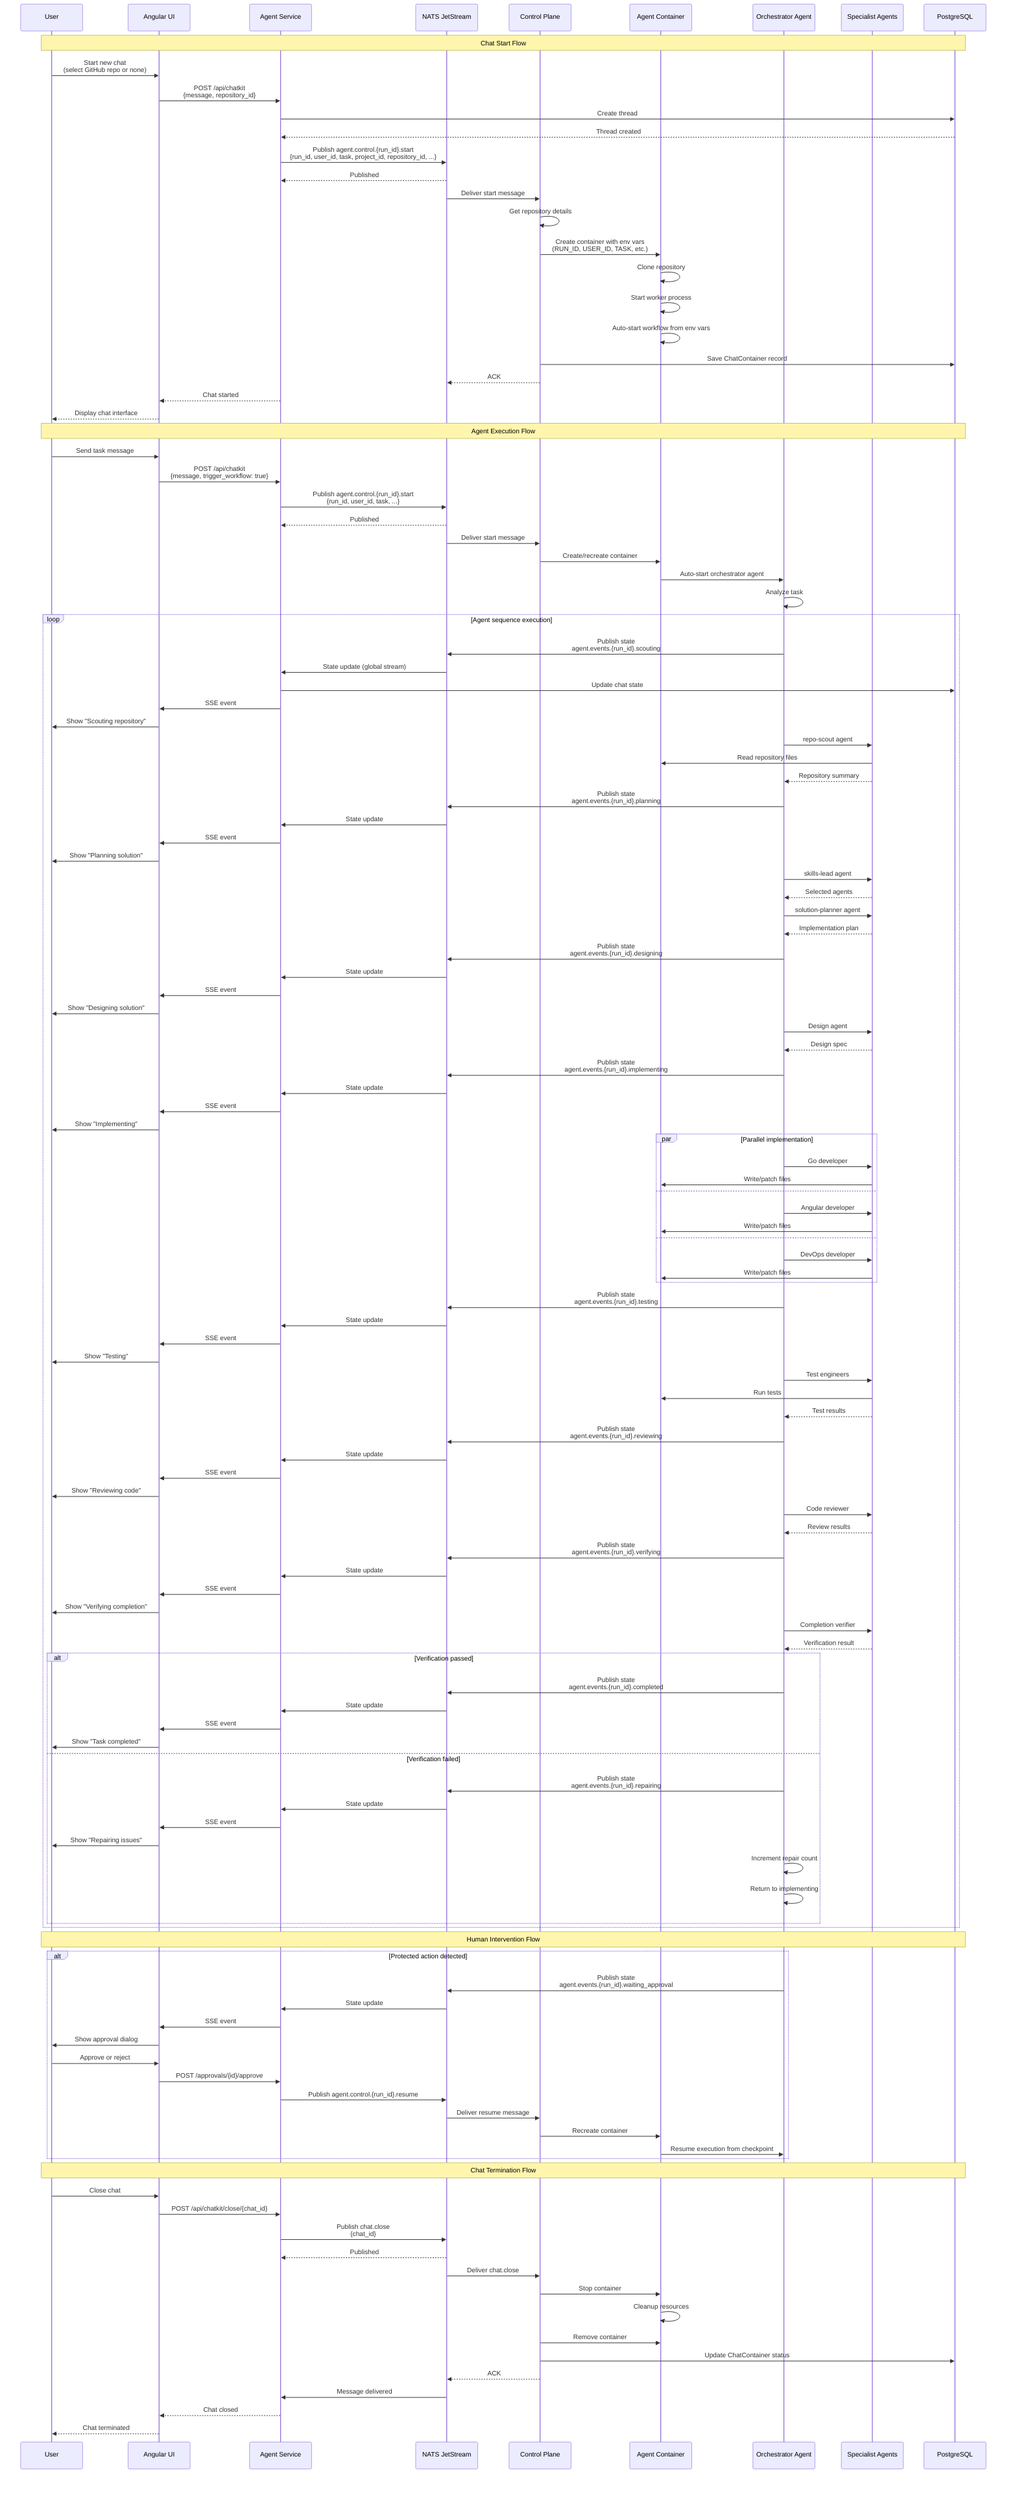
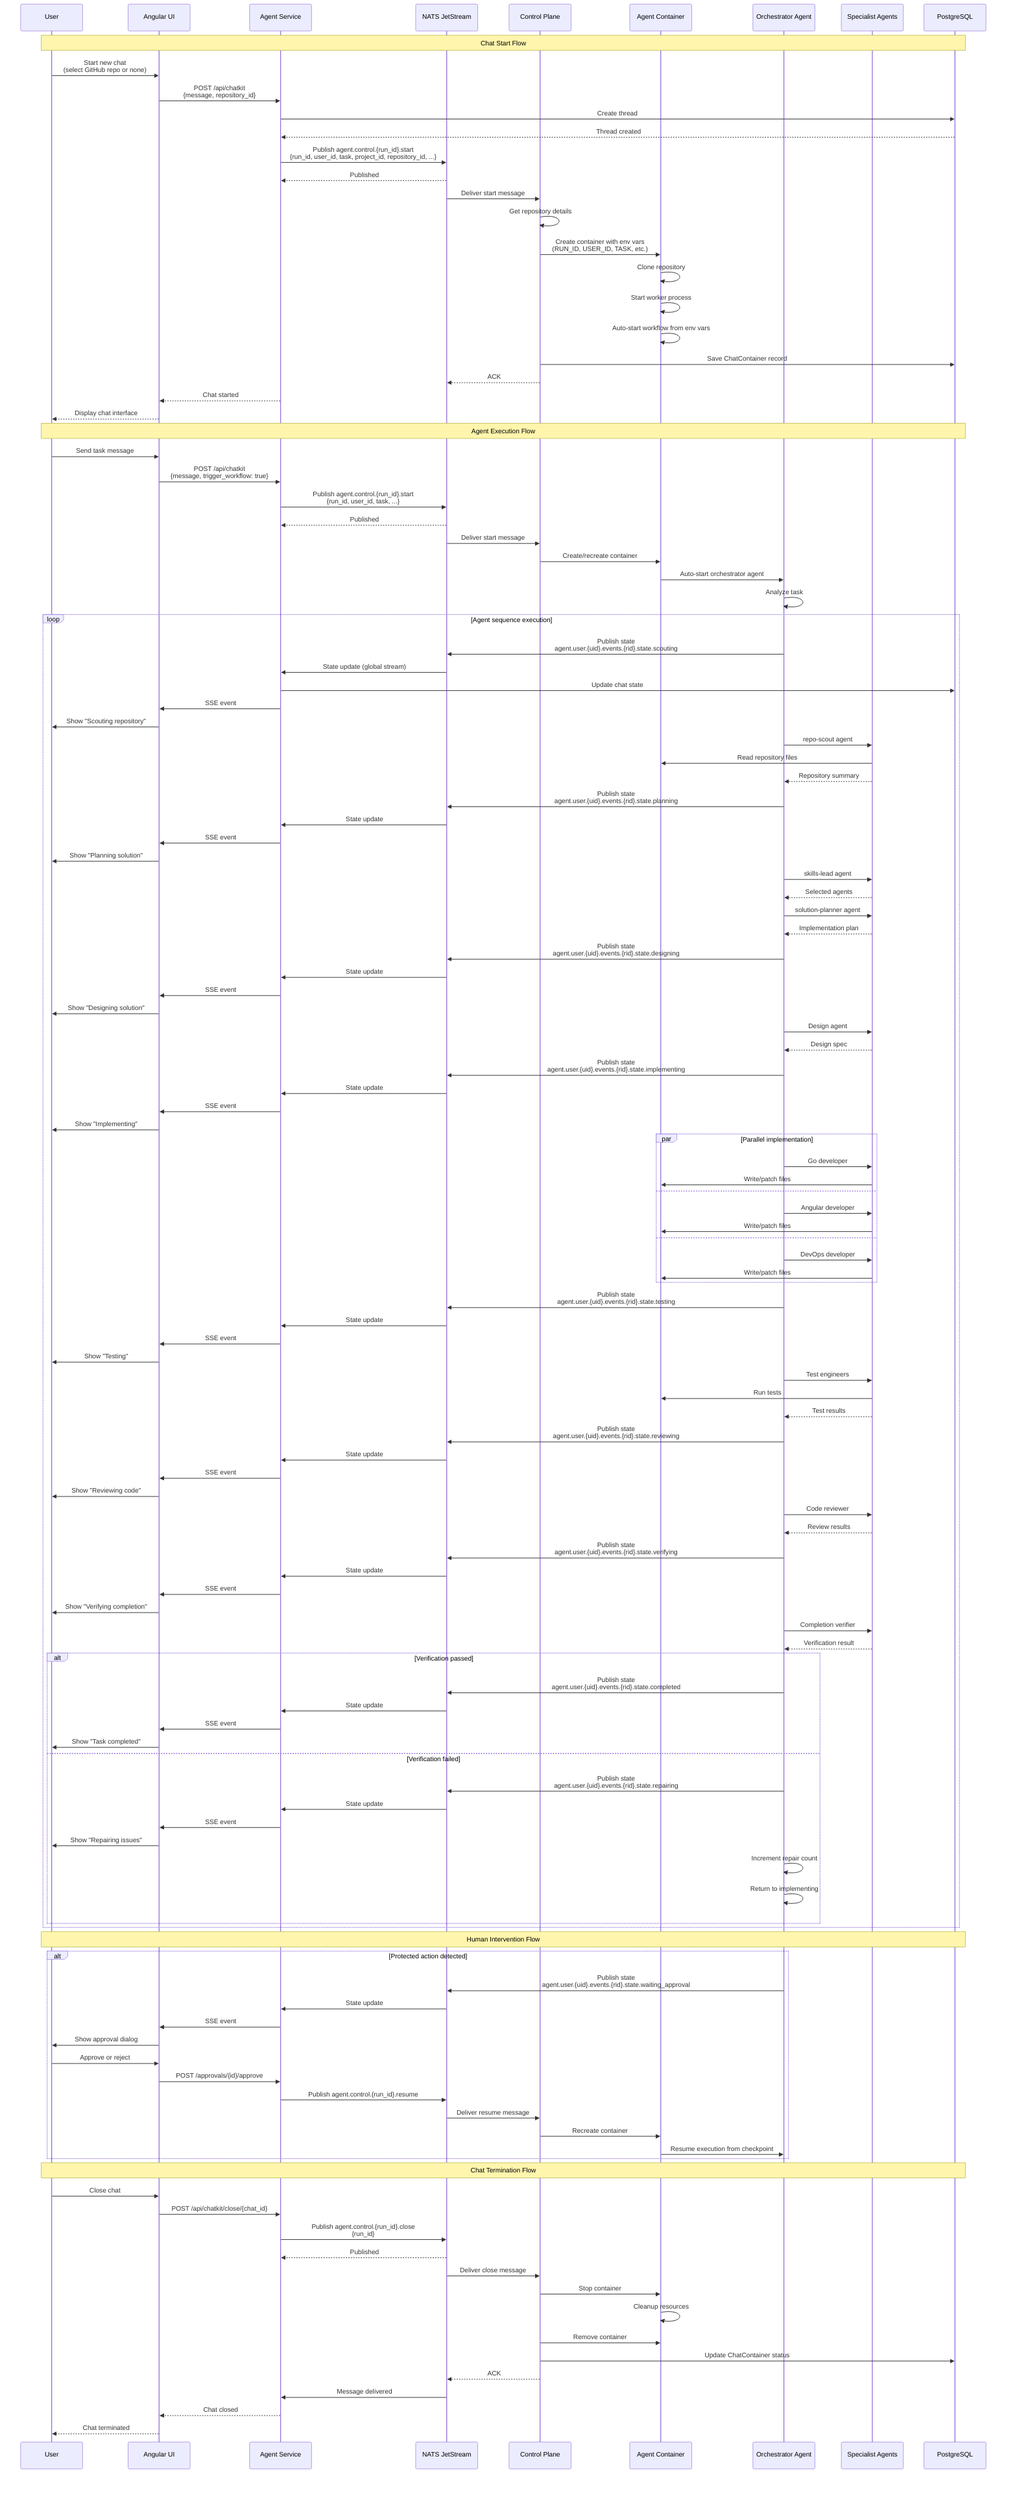
sequenceDiagram
    participant User
    participant WebUI as Angular UI
    participant AgentService as Agent Service
    participant NATS as NATS JetStream
    participant ControlPlane as Control Plane
    participant Container as Agent Container
    participant Orchestrator as Orchestrator Agent
    participant Agents as Specialist Agents
    participant PostgreSQL as PostgreSQL

    Note over User,PostgreSQL: Chat Start Flow
    User->>WebUI: Start new chat<br/>(select GitHub repo or none)
    WebUI->>AgentService: POST /api/chatkit<br/>{message, repository_id}
    AgentService->>PostgreSQL: Create thread
    PostgreSQL-->>AgentService: Thread created

    AgentService->>NATS: Publish agent.control.{run_id}.start<br/>{run_id, user_id, task, project_id, repository_id, ...}
    NATS-->>AgentService: Published

    NATS->>ControlPlane: Deliver start message
    ControlPlane->>ControlPlane: Get repository details
    ControlPlane->>Container: Create container with env vars<br/>(RUN_ID, USER_ID, TASK, etc.)
    Container->>Container: Clone repository
    Container->>Container: Start worker process
    Container->>Container: Auto-start workflow from env vars
    ControlPlane->>PostgreSQL: Save ChatContainer record
    ControlPlane-->>NATS: ACK

    AgentService-->>WebUI: Chat started
    WebUI-->>User: Display chat interface

    Note over User,PostgreSQL: Agent Execution Flow
    User->>WebUI: Send task message
    WebUI->>AgentService: POST /api/chatkit<br/>{message, trigger_workflow: true}
    AgentService->>NATS: Publish agent.control.{run_id}.start<br/>{run_id, user_id, task, ...}
    NATS-->>AgentService: Published

    NATS->>ControlPlane: Deliver start message
    ControlPlane->>Container: Create/recreate container
    Container->>Orchestrator: Auto-start orchestrator agent
    Orchestrator->>Orchestrator: Analyze task

    loop Agent sequence execution
-         Orchestrator->>NATS: Publish state<br/>agent.events.{run_id}.scouting
+         Orchestrator->>NATS: Publish state<br/>agent.user.{uid}.events.{rid}.state.scouting
        NATS->>AgentService: State update (global stream)
        AgentService->>PostgreSQL: Update chat state
        AgentService->>WebUI: SSE event
        WebUI->>User: Show "Scouting repository"

        Orchestrator->>Agents: repo-scout agent
        Agents->>Container: Read repository files
        Agents-->>Orchestrator: Repository summary

-         Orchestrator->>NATS: Publish state<br/>agent.events.{run_id}.planning
+         Orchestrator->>NATS: Publish state<br/>agent.user.{uid}.events.{rid}.state.planning
        NATS->>AgentService: State update
        AgentService->>WebUI: SSE event
        WebUI->>User: Show "Planning solution"

        Orchestrator->>Agents: skills-lead agent
        Agents-->>Orchestrator: Selected agents

        Orchestrator->>Agents: solution-planner agent
        Agents-->>Orchestrator: Implementation plan

-         Orchestrator->>NATS: Publish state<br/>agent.events.{run_id}.designing
+         Orchestrator->>NATS: Publish state<br/>agent.user.{uid}.events.{rid}.state.designing
        NATS->>AgentService: State update
        AgentService->>WebUI: SSE event
        WebUI->>User: Show "Designing solution"

        Orchestrator->>Agents: Design agent
        Agents-->>Orchestrator: Design spec

-         Orchestrator->>NATS: Publish state<br/>agent.events.{run_id}.implementing
+         Orchestrator->>NATS: Publish state<br/>agent.user.{uid}.events.{rid}.state.implementing
        NATS->>AgentService: State update
        AgentService->>WebUI: SSE event
        WebUI->>User: Show "Implementing"

        par Parallel implementation
            Orchestrator->>Agents: Go developer
            Agents->>Container: Write/patch files
        and
            Orchestrator->>Agents: Angular developer
            Agents->>Container: Write/patch files
        and
            Orchestrator->>Agents: DevOps developer
            Agents->>Container: Write/patch files
        end

-         Orchestrator->>NATS: Publish state<br/>agent.events.{run_id}.testing
+         Orchestrator->>NATS: Publish state<br/>agent.user.{uid}.events.{rid}.state.testing
        NATS->>AgentService: State update
        AgentService->>WebUI: SSE event
        WebUI->>User: Show "Testing"

        Orchestrator->>Agents: Test engineers
        Agents->>Container: Run tests
        Agents-->>Orchestrator: Test results

-         Orchestrator->>NATS: Publish state<br/>agent.events.{run_id}.reviewing
+         Orchestrator->>NATS: Publish state<br/>agent.user.{uid}.events.{rid}.state.reviewing
        NATS->>AgentService: State update
        AgentService->>WebUI: SSE event
        WebUI->>User: Show "Reviewing code"

        Orchestrator->>Agents: Code reviewer
        Agents-->>Orchestrator: Review results

-         Orchestrator->>NATS: Publish state<br/>agent.events.{run_id}.verifying
+         Orchestrator->>NATS: Publish state<br/>agent.user.{uid}.events.{rid}.state.verifying
        NATS->>AgentService: State update
        AgentService->>WebUI: SSE event
        WebUI->>User: Show "Verifying completion"

        Orchestrator->>Agents: Completion verifier
        Agents-->>Orchestrator: Verification result

        alt Verification passed
-             Orchestrator->>NATS: Publish state<br/>agent.events.{run_id}.completed
+             Orchestrator->>NATS: Publish state<br/>agent.user.{uid}.events.{rid}.state.completed
            NATS->>AgentService: State update
            AgentService->>WebUI: SSE event
            WebUI->>User: Show "Task completed"
        else Verification failed
-             Orchestrator->>NATS: Publish state<br/>agent.events.{run_id}.repairing
+             Orchestrator->>NATS: Publish state<br/>agent.user.{uid}.events.{rid}.state.repairing
            NATS->>AgentService: State update
            AgentService->>WebUI: SSE event
            WebUI->>User: Show "Repairing issues"
            Orchestrator->>Orchestrator: Increment repair count
            Orchestrator->>Orchestrator: Return to implementing
        end
    end

    Note over User,PostgreSQL: Human Intervention Flow
    alt Protected action detected
-         Orchestrator->>NATS: Publish state<br/>agent.events.{run_id}.waiting_approval
+         Orchestrator->>NATS: Publish state<br/>agent.user.{uid}.events.{rid}.state.waiting_approval
        NATS->>AgentService: State update
        AgentService->>WebUI: SSE event
        WebUI->>User: Show approval dialog

        User->>WebUI: Approve or reject
        WebUI->>AgentService: POST /approvals/{id}/approve
        AgentService->>NATS: Publish agent.control.{run_id}.resume
        NATS->>ControlPlane: Deliver resume message
        ControlPlane->>Container: Recreate container
        Container->>Orchestrator: Resume execution from checkpoint
    end

    Note over User,PostgreSQL: Chat Termination Flow
    User->>WebUI: Close chat
    WebUI->>AgentService: POST /api/chatkit/close/{chat_id}
-     AgentService->>NATS: Publish chat.close<br/>{chat_id}
+     AgentService->>NATS: Publish agent.control.{run_id}.close<br/>{run_id}
    NATS-->>AgentService: Published

-     NATS->>ControlPlane: Deliver chat.close
+     NATS->>ControlPlane: Deliver close message
    ControlPlane->>Container: Stop container
    Container->>Container: Cleanup resources
    ControlPlane->>Container: Remove container
    ControlPlane->>PostgreSQL: Update ChatContainer status
    ControlPlane-->>NATS: ACK

    NATS->>AgentService: Message delivered
    AgentService-->>WebUI: Chat closed
    WebUI-->>User: Chat terminated
